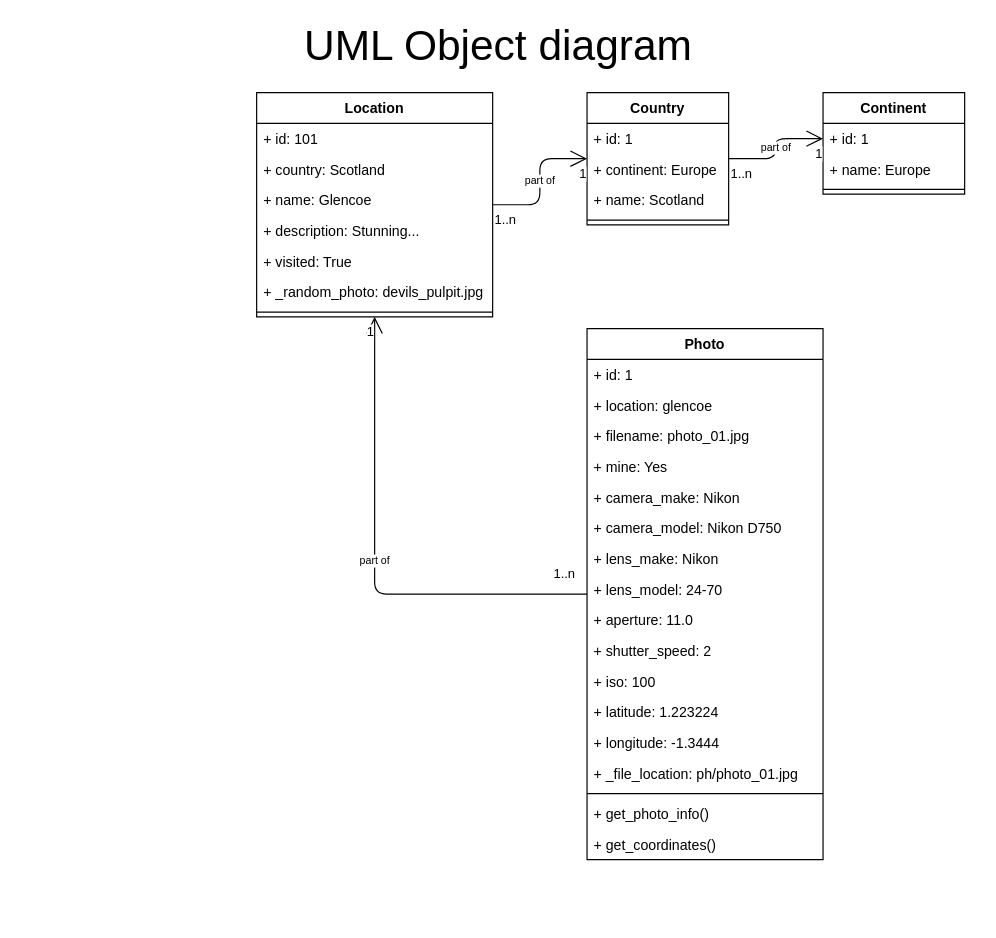
Earlier version of the draw.io diagram page "UML object diagram" (2 of 7) of Design/Design.drawio (Michalju/PhotoApp). Source tidied: cells renumbered, new cells numbered last; positions are measured from the earlier drawing's top-left corner, leaving out a move shared by most shapes. Both pictures are drawn from the tidied source at 118%, with x=0, y=0 at pixel (20, 21).
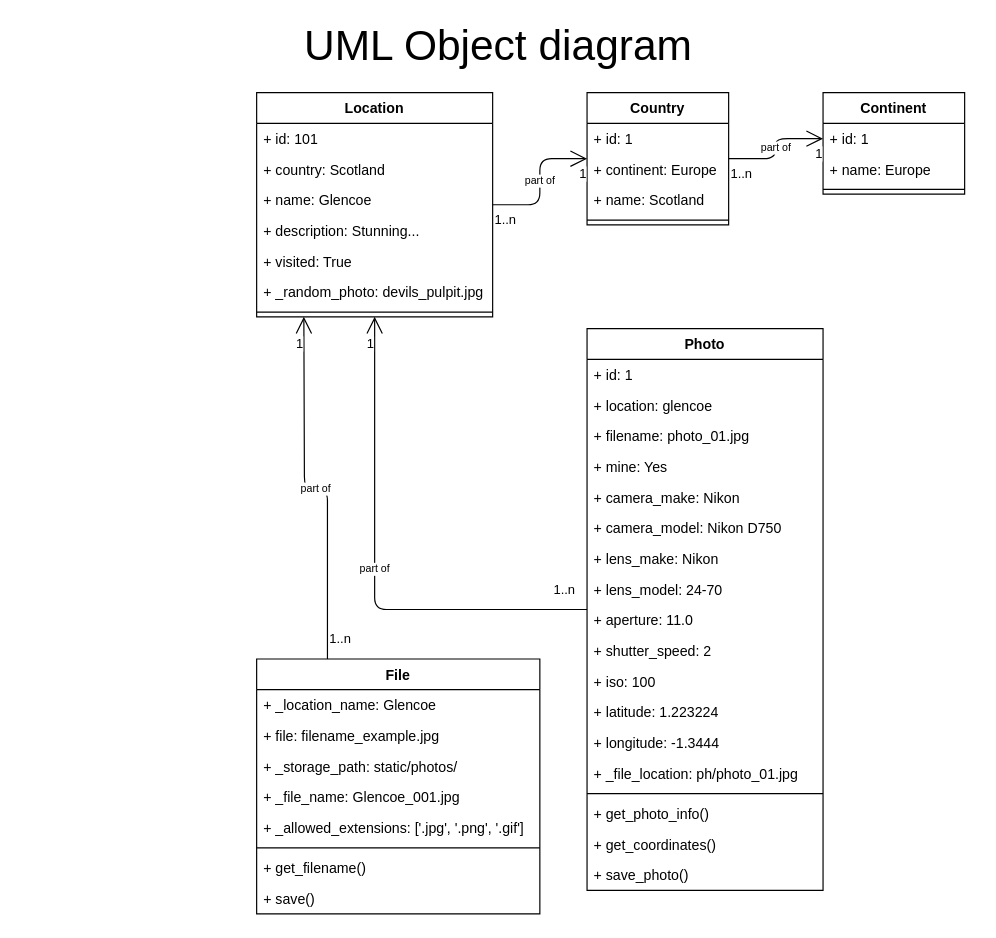
The same diagram, later.

Commit message (it also covers changes not shown here):
created class File using TDD, allows to come up with a filename per location. Save method to be developed

Unchanged cells that the change refers to:
```xml
<mxCell id="44" value="part of" style="endArrow=open;html=1;endSize=12;startArrow=none;startSize=14;startFill=0;edgeStyle=orthogonalEdgeStyle;fontSize=9;" parent="1" edge="1" source="26" target="7">
  <mxGeometry relative="1" as="geometry" />
</mxCell>
```

Change to the diagram source:
```diff
@@
     <mxCell id="26" value="Photo" style="swimlane;fontStyle=1;align=center;verticalAlign=top;horizontal=1;startSize=26;" parent="1" vertex="1">
-      <mxGeometry x="480" y="260" width="200" height="450" as="geometry" />
+      <mxGeometry x="480" y="260" width="200" height="476" as="geometry" />
     </mxCell>
@@
+    <mxCell id="47" value="+ save_photo()" style="text;strokeColor=none;fillColor=none;align=left;verticalAlign=top;spacingLeft=4;spacingRight=4;overflow=hidden;" parent="26" vertex="1">
+      <mxGeometry y="450" width="200" height="26" as="geometry" />
+    </mxCell>
@@
     <mxCell id="46" value="1" style="edgeLabel;html=1;align=right;verticalAlign=top;" parent="44" vertex="1">
-      <mxGeometry x="1" relative="1" as="geometry" />
+      <mxGeometry x="1" relative="1" as="geometry">
+        <mxPoint y="10" as="offset" />
+      </mxGeometry>
     </mxCell>
+    <mxCell id="48" value="part of" style="endArrow=open;html=1;endSize=12;startArrow=none;startSize=14;startFill=0;edgeStyle=orthogonalEdgeStyle;fontSize=9;exitX=0.25;exitY=0;exitDx=0;exitDy=0;" parent="1" edge="1" source="51">
+      <mxGeometry relative="1" as="geometry">
+        <mxPoint x="240" y="250" as="targetPoint" />
+      </mxGeometry>
+    </mxCell>
+    <mxCell id="49" value="1..n" style="edgeLabel;html=1;align=left;verticalAlign=top;" parent="48" vertex="1">
+      <mxGeometry x="-1" relative="1" as="geometry">
+        <mxPoint y="-30" as="offset" />
+      </mxGeometry>
+    </mxCell>
+    <mxCell id="50" value="1" style="edgeLabel;html=1;align=right;verticalAlign=top;" parent="48" vertex="1">
+      <mxGeometry x="1" relative="1" as="geometry">
+        <mxPoint y="10" as="offset" />
+      </mxGeometry>
+    </mxCell>
+    <mxCell id="51" value="File" style="swimlane;fontStyle=1;align=center;verticalAlign=top;horizontal=1;startSize=26;" parent="1" vertex="1">
+      <mxGeometry x="200" y="540" width="240" height="216" as="geometry" />
+    </mxCell>
+    <mxCell id="52" value="+ _location_name: Glencoe" style="text;strokeColor=none;fillColor=none;align=left;verticalAlign=top;spacingLeft=4;spacingRight=4;overflow=hidden;" parent="51" vertex="1">
+      <mxGeometry y="26" width="240" height="26" as="geometry" />
+    </mxCell>
+    <mxCell id="53" value="+ file: filename_example.jpg" style="text;strokeColor=none;fillColor=none;align=left;verticalAlign=top;spacingLeft=4;spacingRight=4;overflow=hidden;" parent="51" vertex="1">
+      <mxGeometry y="52" width="240" height="26" as="geometry" />
+    </mxCell>
+    <mxCell id="54" value="+ _storage_path: static/photos/" style="text;strokeColor=none;fillColor=none;align=left;verticalAlign=top;spacingLeft=4;spacingRight=4;overflow=hidden;" parent="51" vertex="1">
+      <mxGeometry y="78" width="240" height="26" as="geometry" />
+    </mxCell>
+    <mxCell id="55" value="+ _file_name: Glencoe_001.jpg" style="text;strokeColor=none;fillColor=none;align=left;verticalAlign=top;spacingLeft=4;spacingRight=4;overflow=hidden;" parent="51" vertex="1">
+      <mxGeometry y="104" width="240" height="26" as="geometry" />
+    </mxCell>
+    <mxCell id="56" value="+ _allowed_extensions: ['.jpg', '.png', '.gif']" style="text;strokeColor=none;fillColor=none;align=left;verticalAlign=top;spacingLeft=4;spacingRight=4;overflow=hidden;" parent="51" vertex="1">
+      <mxGeometry y="130" width="240" height="26" as="geometry" />
+    </mxCell>
+    <mxCell id="57" style="line;strokeWidth=1;fillColor=none;align=left;verticalAlign=middle;spacingTop=-1;spacingLeft=3;spacingRight=3;labelPosition=right;" parent="51" vertex="1">
+      <mxGeometry y="156" width="240" height="8" as="geometry" />
+    </mxCell>
+    <mxCell id="58" value="+ get_filename()" style="text;strokeColor=none;fillColor=none;align=left;verticalAlign=top;spacingLeft=4;spacingRight=4;overflow=hidden;" parent="51" vertex="1">
+      <mxGeometry y="164" width="240" height="26" as="geometry" />
+    </mxCell>
+    <mxCell id="59" value="+ save()" style="text;strokeColor=none;fillColor=none;align=left;verticalAlign=top;spacingLeft=4;spacingRight=4;overflow=hidden;" parent="51" vertex="1">
+      <mxGeometry y="190" width="240" height="26" as="geometry" />
+    </mxCell>
```
